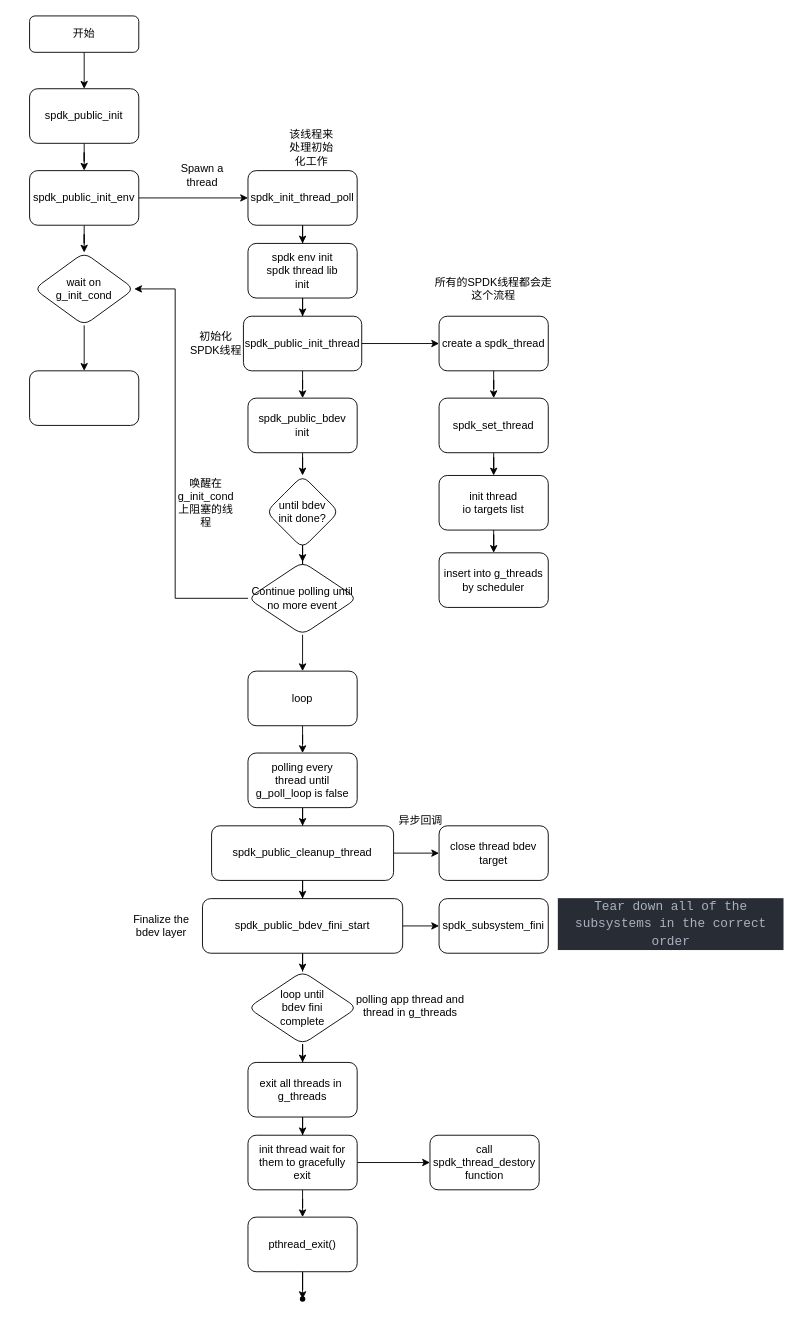
Before: spdk_public.drawio in hayden-pzhou/drawioChart, a draw.io diagram. Source tidied: cells renumbered, new cells numbered last; positions are measured from the earlier drawing's top-left corner, leaving out a move shared by most shapes. Both pictures are drawn from the tidied source at 91%, with x=0, y=0 at pixel (29, 15).
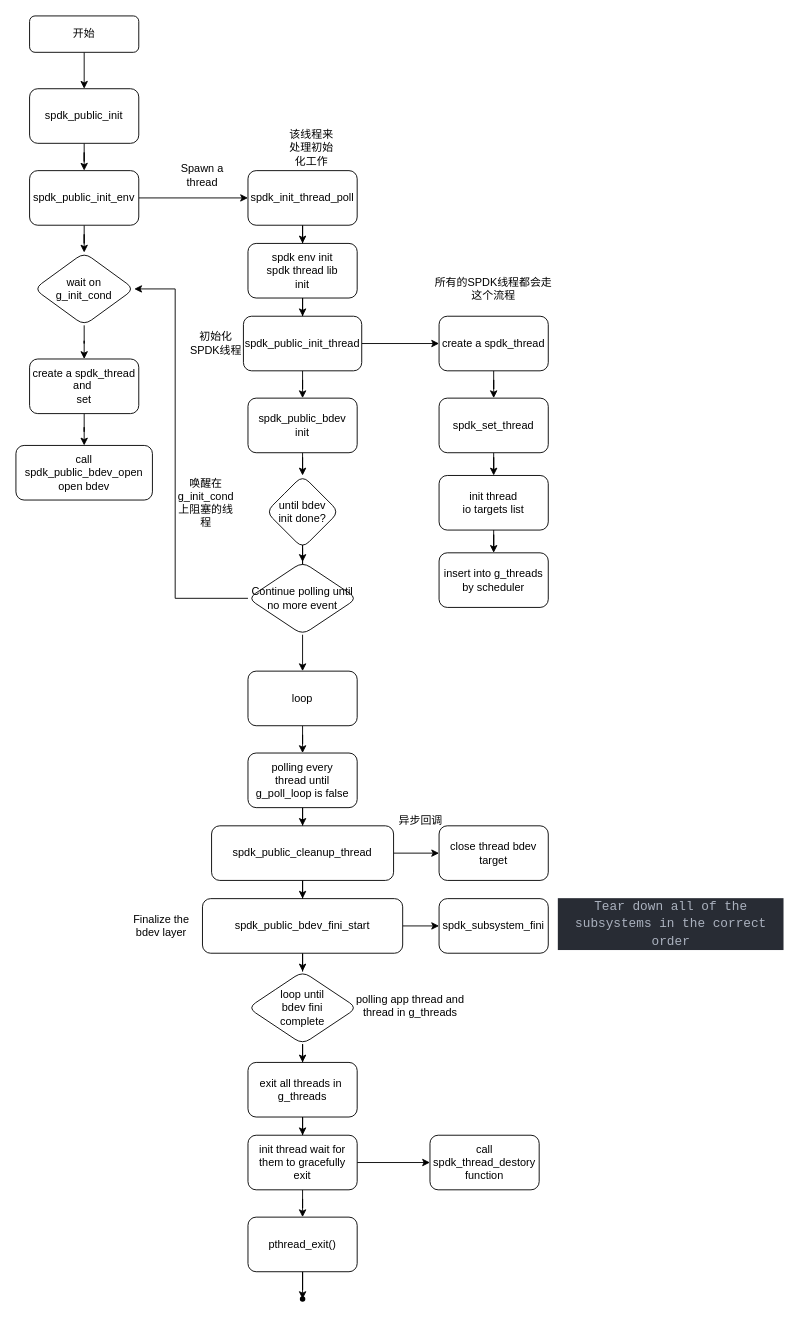
After the change.

Diff of the diagram source:
```diff
@@
+    <mxCell id="65" style="edgeStyle=orthogonalEdgeStyle;rounded=0;jettySize=auto;html=1;" parent="1" edge="1" source="37" target="66">
+      <mxGeometry relative="1" as="geometry" />
+    </mxCell>
-    <mxCell id="37" style="whiteSpace=wrap;html=1;rounded=1;glass=0;strokeWidth=1;shadow=0;" parent="1" vertex="1">
-      <mxGeometry y="390" width="120" height="60" as="geometry" />
+    <mxCell id="37" value="create a spdk_thread&lt;br&gt;and&amp;nbsp;&lt;br&gt;set" style="whiteSpace=wrap;html=1;rounded=1;glass=0;strokeWidth=1;shadow=0;" parent="1" vertex="1">
+      <mxGeometry y="377" width="120" height="60" as="geometry" />
     </mxCell>
@@
+    <mxCell id="66" value="call spdk_public_bdev_open&lt;br&gt;open bdev" style="whiteSpace=wrap;html=1;rounded=1;glass=0;strokeWidth=1;shadow=0;" parent="1" vertex="1">
+      <mxGeometry x="-15" y="472" width="150" height="60" as="geometry" />
+    </mxCell>
```
